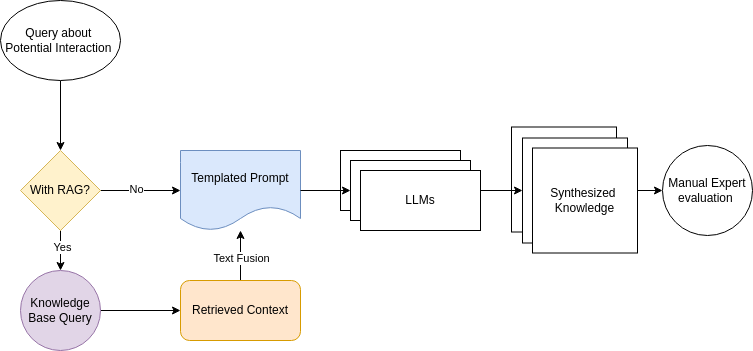
Before: Overall-Process.png, a diagram exported from draw.io (Omig12/KG-RAG_4_NAPDI). Source tidied: cells renumbered, new cells last; positions are measured from the earlier drawing's top-left corner, leaving out a move shared by most shapes.
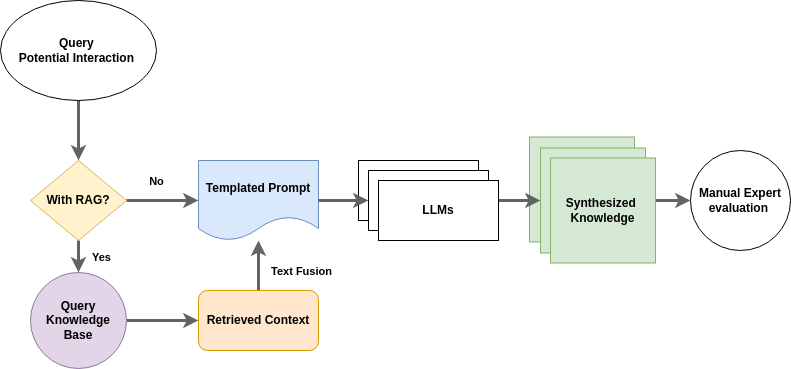
Later version of the same file.

Change to the diagram source:
```diff
@@ -2,73 +2,79 @@
   <root>
     <mxCell id="0" />
     <mxCell id="1" parent="0" />
-    <mxCell id="2" value="&lt;div&gt;Synthesized&amp;nbsp;&lt;/div&gt;&lt;div&gt;Knowledge&lt;/div&gt;" style="whiteSpace=wrap;html=1;" parent="1" vertex="1">
+    <mxCell id="2" value="&lt;div&gt;Synthesized&amp;nbsp;&lt;/div&gt;&lt;div&gt;Knowledge&lt;/div&gt;" style="whiteSpace=wrap;html=1;fillColor=#d5e8d4;strokeColor=#82b366;" parent="1" vertex="1">
       <mxGeometry x="511" y="126.5" width="105" height="105" as="geometry" />
     </mxCell>
-    <mxCell id="3" style="edgeStyle=orthogonalEdgeStyle;rounded=0;jettySize=auto;html=1;" parent="1" edge="1" source="4" target="8">
+    <mxCell id="3" style="edgeStyle=orthogonalEdgeStyle;rounded=0;jettySize=auto;html=1;strokeColor=#636363;strokeWidth=3;" parent="1" edge="1" source="4" target="8">
       <mxGeometry relative="1" as="geometry" />
     </mxCell>
-    <mxCell id="4" value="Knowledge Base Query" style="ellipse;whiteSpace=wrap;html=1;fillColor=#e1d5e7;strokeColor=#9673a6;" parent="1" vertex="1">
-      <mxGeometry x="20" y="270" width="80" height="80" as="geometry" />
+    <mxCell id="4" value="&lt;div&gt;&lt;b&gt;Query&lt;/b&gt;&lt;b&gt;&lt;/b&gt;&lt;/div&gt;&lt;b&gt;Knowledge Base&lt;/b&gt;" style="ellipse;whiteSpace=wrap;html=1;fillColor=#e1d5e7;strokeColor=#9673a6;" parent="1" vertex="1">
+      <mxGeometry x="12" y="262" width="96" height="96" as="geometry" />
     </mxCell>
     <mxCell id="5" value="LLM" style="rounded=0;whiteSpace=wrap;html=1;" parent="1" vertex="1">
       <mxGeometry x="340" y="150" width="120" height="60" as="geometry" />
     </mxCell>
-    <mxCell id="6" style="edgeStyle=orthogonalEdgeStyle;rounded=0;jettySize=auto;html=1;" parent="1" edge="1" source="8" target="14">
+    <mxCell id="6" style="edgeStyle=orthogonalEdgeStyle;rounded=0;jettySize=auto;html=1;strokeColor=#636363;strokeWidth=3;" parent="1" edge="1" source="8" target="14">
       <mxGeometry relative="1" as="geometry" />
     </mxCell>
-    <mxCell id="7" value="Text Fusion" style="edgeLabel;html=1;align=center;verticalAlign=middle;" parent="6" vertex="1">
-      <mxGeometry x="-0.08" relative="1" as="geometry" />
+    <mxCell id="7" value="&lt;b&gt;Text Fusion&lt;/b&gt;" style="edgeLabel;html=1;align=center;verticalAlign=middle;" parent="6" vertex="1">
+      <mxGeometry x="-0.08" relative="1" as="geometry">
+        <mxPoint x="42" y="3" as="offset" />
+      </mxGeometry>
     </mxCell>
-    <mxCell id="8" value="Retrieved Context" style="rounded=1;whiteSpace=wrap;html=1;fillColor=#ffe6cc;strokeColor=#d79b00;" parent="1" vertex="1">
+    <mxCell id="8" value="&lt;b&gt;Retrieved Context&lt;/b&gt;" style="rounded=1;whiteSpace=wrap;html=1;fillColor=#ffe6cc;strokeColor=#d79b00;" parent="1" vertex="1">
       <mxGeometry x="180" y="280" width="120" height="60" as="geometry" />
     </mxCell>
-    <mxCell id="9" style="edgeStyle=orthogonalEdgeStyle;rounded=0;jettySize=auto;html=1;" parent="1" edge="1" source="13" target="4">
+    <mxCell id="9" style="edgeStyle=orthogonalEdgeStyle;rounded=0;jettySize=auto;html=1;strokeColor=#636363;strokeWidth=3;" parent="1" edge="1" source="13" target="4">
       <mxGeometry relative="1" as="geometry" />
     </mxCell>
-    <mxCell id="10" value="Yes" style="edgeLabel;html=1;align=center;verticalAlign=middle;" parent="9" vertex="1">
-      <mxGeometry x="-0.2" y="1" relative="1" as="geometry" />
+    <mxCell id="10" value="Yes" style="edgeLabel;html=1;align=center;verticalAlign=middle;fontStyle=1;" parent="9" vertex="1">
+      <mxGeometry x="-0.2" y="1" relative="1" as="geometry">
+        <mxPoint x="21" y="-3" as="offset" />
+      </mxGeometry>
     </mxCell>
-    <mxCell id="11" style="edgeStyle=orthogonalEdgeStyle;rounded=0;jettySize=auto;html=1;" parent="1" edge="1" source="13" target="14">
+    <mxCell id="11" style="edgeStyle=orthogonalEdgeStyle;rounded=0;jettySize=auto;html=1;strokeColor=#636363;strokeWidth=3;" parent="1" edge="1" source="13" target="14">
       <mxGeometry relative="1" as="geometry" />
     </mxCell>
-    <mxCell id="12" value="No" style="edgeLabel;html=1;align=center;verticalAlign=middle;" parent="11" vertex="1">
-      <mxGeometry x="-0.12" y="2" relative="1" as="geometry" />
+    <mxCell id="12" value="No" style="edgeLabel;html=1;align=center;verticalAlign=middle;fontStyle=1;" parent="11" vertex="1">
+      <mxGeometry x="-0.12" y="2" relative="1" as="geometry">
+        <mxPoint x="-3" y="-18" as="offset" />
+      </mxGeometry>
     </mxCell>
-    <mxCell id="13" value="With RAG?" style="rhombus;whiteSpace=wrap;html=1;fillColor=#fff2cc;strokeColor=#d6b656;" parent="1" vertex="1">
-      <mxGeometry x="20" y="150" width="80" height="80" as="geometry" />
+    <mxCell id="13" value="&lt;b&gt;With RAG?&lt;/b&gt;" style="rhombus;whiteSpace=wrap;html=1;fillColor=#fff2cc;strokeColor=#d6b656;" parent="1" vertex="1">
+      <mxGeometry x="12" y="150" width="96" height="80" as="geometry" />
     </mxCell>
-    <mxCell id="14" value="Templated Prompt" style="shape=document;whiteSpace=wrap;html=1;boundedLbl=1;fillColor=#dae8fc;strokeColor=#6c8ebf;" parent="1" vertex="1">
+    <mxCell id="14" value="&lt;b&gt;Templated Prompt&lt;/b&gt;" style="shape=document;whiteSpace=wrap;html=1;boundedLbl=1;fillColor=#dae8fc;strokeColor=#6c8ebf;" parent="1" vertex="1">
       <mxGeometry x="180" y="150" width="120" height="80" as="geometry" />
     </mxCell>
-    <mxCell id="15" style="edgeStyle=orthogonalEdgeStyle;rounded=0;jettySize=auto;html=1;" parent="1" edge="1" source="16" target="13">
+    <mxCell id="15" style="edgeStyle=orthogonalEdgeStyle;rounded=0;jettySize=auto;html=1;strokeColor=#636363;strokeWidth=3;" parent="1" edge="1" source="16" target="13">
       <mxGeometry relative="1" as="geometry" />
     </mxCell>
-    <mxCell id="16" value="Query about&amp;nbsp;&lt;div&gt;Potential Interaction&amp;nbsp;&lt;/div&gt;" style="ellipse;whiteSpace=wrap;html=1;" parent="1" vertex="1">
-      <mxGeometry width="120" height="80" as="geometry" />
+    <mxCell id="16" value="&lt;b&gt;Query&amp;nbsp;&lt;/b&gt;&lt;div&gt;&lt;b&gt;Potential Interaction&amp;nbsp;&lt;/b&gt;&lt;/div&gt;" style="ellipse;whiteSpace=wrap;html=1;" parent="1" vertex="1">
+      <mxGeometry x="-18" y="-10" width="156" height="100" as="geometry" />
     </mxCell>
-    <mxCell id="17" value="Manual Expert evaluation&amp;nbsp;" style="ellipse;whiteSpace=wrap;html=1;" parent="1" vertex="1">
-      <mxGeometry x="662" y="145" width="90" height="90" as="geometry" />
+    <mxCell id="17" value="&lt;b&gt;Manual Expert evaluation&amp;nbsp;&lt;/b&gt;" style="ellipse;whiteSpace=wrap;html=1;" parent="1" vertex="1">
+      <mxGeometry x="672" y="140" width="100" height="100" as="geometry" />
     </mxCell>
-    <mxCell id="18" style="edgeStyle=orthogonalEdgeStyle;rounded=0;jettySize=auto;html=1;entryX=0;entryY=0.5;entryDx=0;entryDy=0;exitX=1;exitY=0.5;exitDx=0;exitDy=0;" parent="1" edge="1" source="14" target="20">
+    <mxCell id="18" style="edgeStyle=orthogonalEdgeStyle;rounded=0;jettySize=auto;html=1;entryX=0;entryY=0.5;entryDx=0;entryDy=0;exitX=1;exitY=0.5;exitDx=0;exitDy=0;strokeColor=#636363;strokeWidth=3;" parent="1" edge="1" source="14" target="20">
       <mxGeometry relative="1" as="geometry" />
     </mxCell>
-    <mxCell id="19" style="edgeStyle=orthogonalEdgeStyle;rounded=0;jettySize=auto;html=1;" parent="1" edge="1" source="20" target="23">
+    <mxCell id="19" style="edgeStyle=orthogonalEdgeStyle;rounded=0;jettySize=auto;html=1;strokeColor=#636363;strokeWidth=3;" parent="1" edge="1" source="20" target="23">
       <mxGeometry relative="1" as="geometry" />
     </mxCell>
     <mxCell id="20" value="LLM" style="rounded=0;whiteSpace=wrap;html=1;" parent="1" vertex="1">
       <mxGeometry x="350" y="160" width="120" height="60" as="geometry" />
     </mxCell>
-    <mxCell id="21" value="LLMs" style="rounded=0;whiteSpace=wrap;html=1;" parent="1" vertex="1">
+    <mxCell id="21" value="&lt;b&gt;LLMs&lt;/b&gt;" style="rounded=0;whiteSpace=wrap;html=1;" parent="1" vertex="1">
       <mxGeometry x="360" y="170" width="120" height="60" as="geometry" />
     </mxCell>
-    <mxCell id="22" style="edgeStyle=orthogonalEdgeStyle;rounded=0;jettySize=auto;html=1;" parent="1" edge="1" source="23" target="17">
+    <mxCell id="22" style="edgeStyle=orthogonalEdgeStyle;rounded=0;jettySize=auto;html=1;strokeColor=#636363;strokeWidth=3;" parent="1" edge="1" source="23" target="17">
       <mxGeometry relative="1" as="geometry" />
     </mxCell>
-    <mxCell id="23" value="&lt;div&gt;Synthesized&amp;nbsp;&lt;/div&gt;&lt;div&gt;Knowledge&lt;/div&gt;" style="whiteSpace=wrap;html=1;" parent="1" vertex="1">
+    <mxCell id="23" value="&lt;div&gt;Synthesized&amp;nbsp;&lt;/div&gt;&lt;div&gt;Knowledge&lt;/div&gt;" style="whiteSpace=wrap;html=1;fillColor=#d5e8d4;strokeColor=#82b366;" parent="1" vertex="1">
       <mxGeometry x="522" y="137.5" width="105" height="105" as="geometry" />
     </mxCell>
-    <mxCell id="24" value="&lt;div&gt;Synthesized&amp;nbsp;&lt;/div&gt;&lt;div&gt;Knowledge&lt;/div&gt;" style="whiteSpace=wrap;html=1;" parent="1" vertex="1">
+    <mxCell id="24" value="&lt;div&gt;&lt;b&gt;Synthesized&amp;nbsp;&lt;/b&gt;&lt;/div&gt;&lt;div&gt;&lt;b&gt;Knowledge&lt;/b&gt;&lt;/div&gt;" style="whiteSpace=wrap;html=1;fillColor=#d5e8d4;strokeColor=#82b366;" parent="1" vertex="1">
       <mxGeometry x="532" y="147.5" width="105" height="105" as="geometry" />
     </mxCell>
   </root>
```
